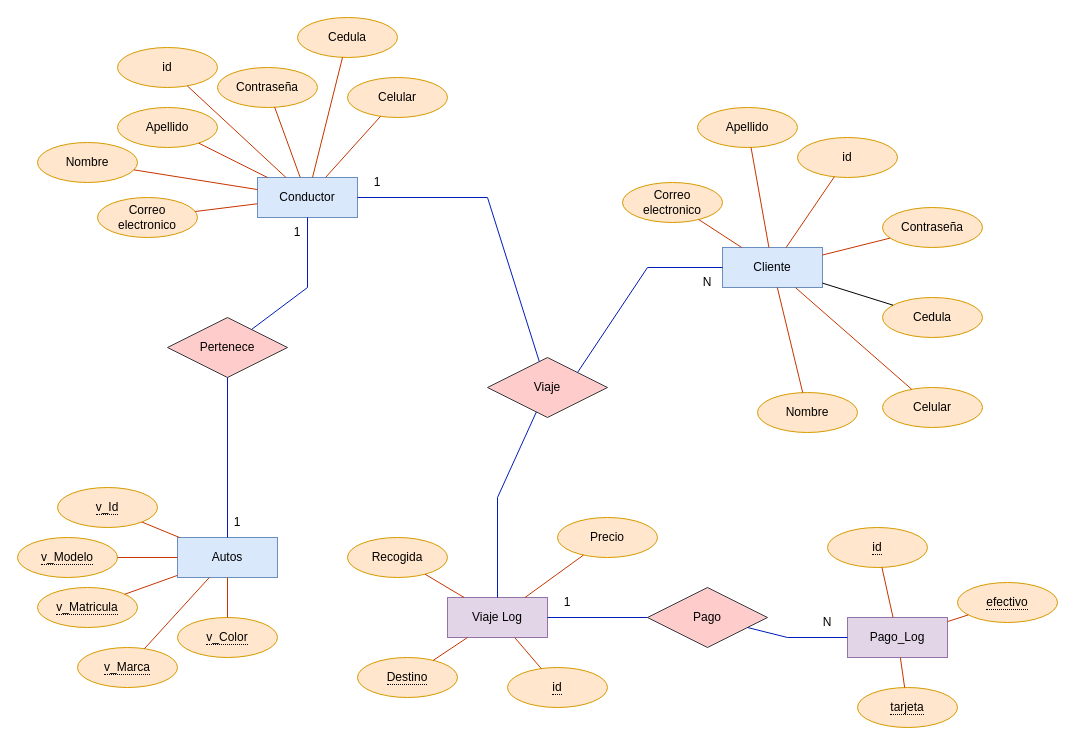
Above: Diagrama sin título.drawio in Mauro59/Proyecto-Final (draw.io), before the change. Source tidied: cells renumbered, new cells numbered last; positions are measured from the earlier drawing's top-left corner, leaving out a move shared by most shapes. Both pictures are drawn from the tidied source at 100%, with x=0, y=0 at pixel (17, 17).
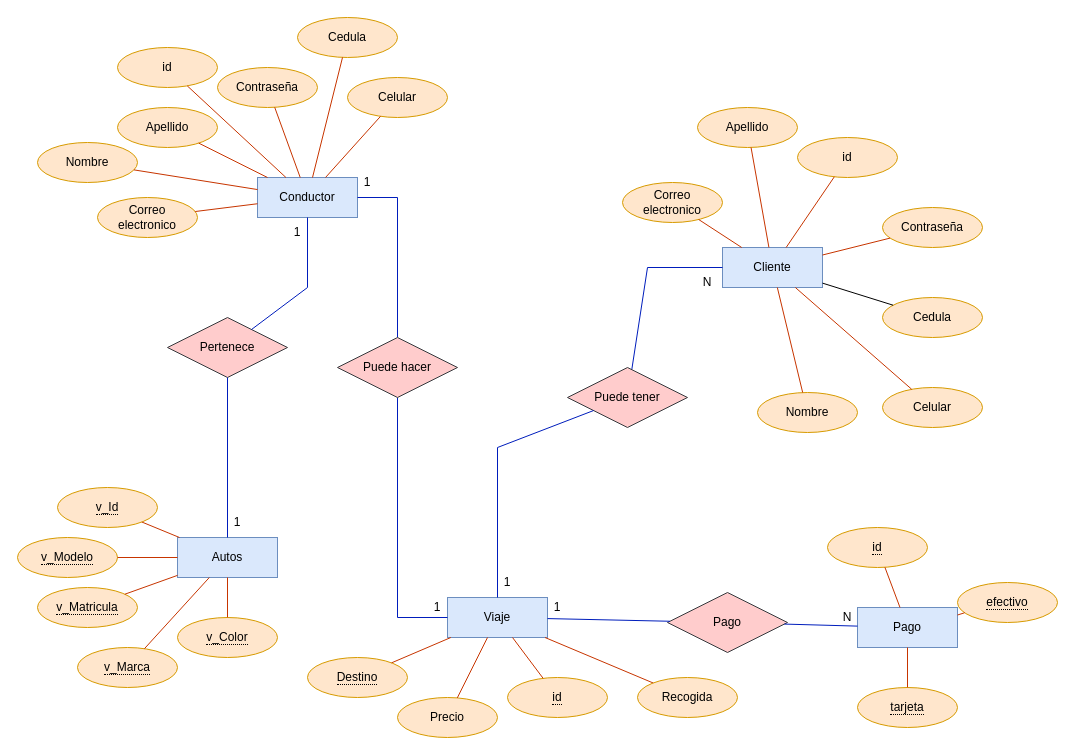
Above is the later version.

Commit message:
CarX Forma Dos MER

The change refers to these unchanged cells:
```xml
<mxCell id="2" value="Conductor" style="whiteSpace=wrap;html=1;align=center;fillColor=#dae8fc;strokeColor=#6c8ebf;" parent="1" vertex="1">
  <mxGeometry x="240" y="160" width="100" height="40" as="geometry" />
</mxCell>
<mxCell id="17" value="Cliente" style="whiteSpace=wrap;html=1;align=center;fillColor=#dae8fc;strokeColor=#6c8ebf;" parent="1" vertex="1">
  <mxGeometry x="705" y="230" width="100" height="40" as="geometry" />
</mxCell>
```

What changed in the source:
```diff
@@
-    <mxCell id="49" value="Pago_Log" style="whiteSpace=wrap;html=1;align=center;fillColor=#e1d5e7;strokeColor=#9673a6;" parent="1" vertex="1">
-      <mxGeometry x="830" y="600" width="100" height="40" as="geometry" />
+    <mxCell id="49" value="Pago" style="whiteSpace=wrap;html=1;align=center;fillColor=#dae8fc;strokeColor=#6c8ebf;" parent="1" vertex="1">
+      <mxGeometry x="840" y="590" width="100" height="40" as="geometry" />
     </mxCell>
@@
-    <mxCell id="55" value="Viaje" style="shape=rhombus;perimeter=rhombusPerimeter;whiteSpace=wrap;html=1;align=center;fillColor=#ffcccc;strokeColor=#36393d;" parent="1" vertex="1">
-      <mxGeometry x="470" y="340" width="120" height="60" as="geometry" />
-    </mxCell>
-    <mxCell id="56" style="endArrow=none;html=1;rounded=0;fillColor=#0050ef;strokeColor=#001DBC;" parent="1" edge="1" source="55" target="2">
+    <mxCell id="56" style="endArrow=none;html=1;rounded=0;fillColor=#0050ef;strokeColor=#001DBC;" parent="1" edge="1" source="76" target="2">
       <mxGeometry relative="1" as="geometry">
         <Array as="points">
-          <mxPoint x="470" y="180" />
+          <mxPoint x="380" y="180" />
         </Array>
       </mxGeometry>
     </mxCell>
-    <mxCell id="57" style="endArrow=none;html=1;rounded=0;exitX=1;exitY=0;exitDx=0;exitDy=0;fillColor=#0050ef;strokeColor=#001DBC;" parent="1" edge="1" source="55" target="17">
+    <mxCell id="57" style="endArrow=none;html=1;rounded=0;fillColor=#0050ef;strokeColor=#001DBC;" parent="1" edge="1" source="78" target="17">
       <mxGeometry relative="1" as="geometry">
         <Array as="points">
           <mxPoint x="630" y="250" />
         </Array>
       </mxGeometry>
     </mxCell>
-    <mxCell id="58" value="Viaje Log" style="whiteSpace=wrap;html=1;align=center;fillColor=#e1d5e7;strokeColor=#9673a6;" parent="1" vertex="1">
+    <mxCell id="58" value="Viaje" style="whiteSpace=wrap;html=1;align=center;fillColor=#dae8fc;strokeColor=#6c8ebf;" parent="1" vertex="1">
       <mxGeometry x="430" y="580" width="100" height="40" as="geometry" />
     </mxCell>
     <mxCell id="59" value="Recogida" style="ellipse;whiteSpace=wrap;html=1;align=center;fillColor=#ffe6cc;strokeColor=#d79b00;" parent="1" vertex="1">
-      <mxGeometry x="330" y="520" width="100" height="40" as="geometry" />
+      <mxGeometry x="620" y="660" width="100" height="40" as="geometry" />
     </mxCell>
     <mxCell id="60" value="&lt;span style=&quot;border-bottom: 1px dotted&quot;&gt;Destino&lt;/span&gt;" style="ellipse;whiteSpace=wrap;html=1;align=center;fillColor=#ffe6cc;strokeColor=#d79b00;" parent="1" vertex="1">
-      <mxGeometry x="340" y="640" width="100" height="40" as="geometry" />
+      <mxGeometry x="290" y="640" width="100" height="40" as="geometry" />
     </mxCell>
     <mxCell id="61" value="Precio" style="ellipse;whiteSpace=wrap;html=1;align=center;fillColor=#ffe6cc;strokeColor=#d79b00;" parent="1" vertex="1">
-      <mxGeometry x="540" y="500" width="100" height="40" as="geometry" />
+      <mxGeometry x="380" y="680" width="100" height="40" as="geometry" />
     </mxCell>
@@
-    <mxCell id="65" style="endArrow=none;html=1;rounded=0;fillColor=#0050ef;strokeColor=#001DBC;" parent="1" edge="1" source="58" target="55">
+    <mxCell id="65" style="endArrow=none;html=1;rounded=0;fillColor=#0050ef;strokeColor=#001DBC;" parent="1" edge="1" source="58" target="76">
       <mxGeometry relative="1" as="geometry">
         <Array as="points">
-          <mxPoint x="480" y="480" />
+          <mxPoint x="380" y="600" />
         </Array>
       </mxGeometry>
     </mxCell>
     <mxCell id="66" value="&lt;span style=&quot;border-bottom: 1px dotted&quot;&gt;id&lt;br&gt;&lt;/span&gt;" style="ellipse;whiteSpace=wrap;html=1;align=center;fillColor=#ffe6cc;strokeColor=#d79b00;" parent="1" vertex="1">
-      <mxGeometry x="490" y="650" width="100" height="40" as="geometry" />
+      <mxGeometry x="490" y="660" width="100" height="40" as="geometry" />
     </mxCell>
@@
     <mxCell id="68" value="Pago" style="shape=rhombus;perimeter=rhombusPerimeter;whiteSpace=wrap;html=1;align=center;fillColor=#ffcccc;strokeColor=#36393d;" parent="1" vertex="1">
-      <mxGeometry x="630" y="570" width="120" height="60" as="geometry" />
+      <mxGeometry x="650" y="575" width="120" height="60" as="geometry" />
     </mxCell>
@@
     <mxCell id="70" style="endArrow=none;html=1;rounded=0;fillColor=#0050ef;strokeColor=#001DBC;" parent="1" edge="1" source="68" target="49">
-      <mxGeometry relative="1" as="geometry">
-        <Array as="points">
-          <mxPoint x="770" y="620" />
-        </Array>
-      </mxGeometry>
+      <mxGeometry relative="1" as="geometry" />
     </mxCell>
     <mxCell id="71" value="N" style="text;html=1;strokeColor=none;fillColor=none;align=center;verticalAlign=middle;whiteSpace=wrap;rounded=0;" parent="1" vertex="1">
-      <mxGeometry x="780" y="590" width="60" height="30" as="geometry" />
+      <mxGeometry x="800" y="585" width="60" height="30" as="geometry" />
     </mxCell>
     <mxCell id="72" value="1" style="text;html=1;strokeColor=none;fillColor=none;align=center;verticalAlign=middle;whiteSpace=wrap;rounded=0;" parent="1" vertex="1">
-      <mxGeometry x="520" y="570" width="60" height="30" as="geometry" />
+      <mxGeometry x="510" y="575" width="60" height="30" as="geometry" />
     </mxCell>
     <mxCell id="73" value="1" style="text;html=1;strokeColor=none;fillColor=none;align=center;verticalAlign=middle;whiteSpace=wrap;rounded=0;" parent="1" vertex="1">
-      <mxGeometry x="330" y="150" width="60" height="30" as="geometry" />
+      <mxGeometry x="320" y="150" width="60" height="30" as="geometry" />
     </mxCell>
@@
+    <mxCell id="76" value="Puede hacer" style="shape=rhombus;perimeter=rhombusPerimeter;whiteSpace=wrap;html=1;align=center;fillColor=#ffcccc;strokeColor=#36393d;" parent="1" vertex="1">
+      <mxGeometry x="320" y="320" width="120" height="60" as="geometry" />
+    </mxCell>
+    <mxCell id="77" value="1" style="text;html=1;strokeColor=none;fillColor=none;align=center;verticalAlign=middle;whiteSpace=wrap;rounded=0;" parent="1" vertex="1">
+      <mxGeometry x="390" y="575" width="60" height="30" as="geometry" />
+    </mxCell>
+    <mxCell id="78" value="Puede tener" style="shape=rhombus;perimeter=rhombusPerimeter;whiteSpace=wrap;html=1;align=center;fillColor=#ffcccc;strokeColor=#36393d;" parent="1" vertex="1">
+      <mxGeometry x="550" y="350" width="120" height="60" as="geometry" />
+    </mxCell>
+    <mxCell id="79" style="endArrow=none;html=1;rounded=0;fillColor=#0050ef;strokeColor=#001DBC;" parent="1" edge="1" source="58" target="78">
+      <mxGeometry relative="1" as="geometry">
+        <Array as="points">
+          <mxPoint x="480" y="430" />
+        </Array>
+      </mxGeometry>
+    </mxCell>
+    <mxCell id="80" value="1" style="text;html=1;strokeColor=none;fillColor=none;align=center;verticalAlign=middle;whiteSpace=wrap;rounded=0;" parent="1" vertex="1">
+      <mxGeometry x="460" y="550" width="60" height="30" as="geometry" />
+    </mxCell>
```
